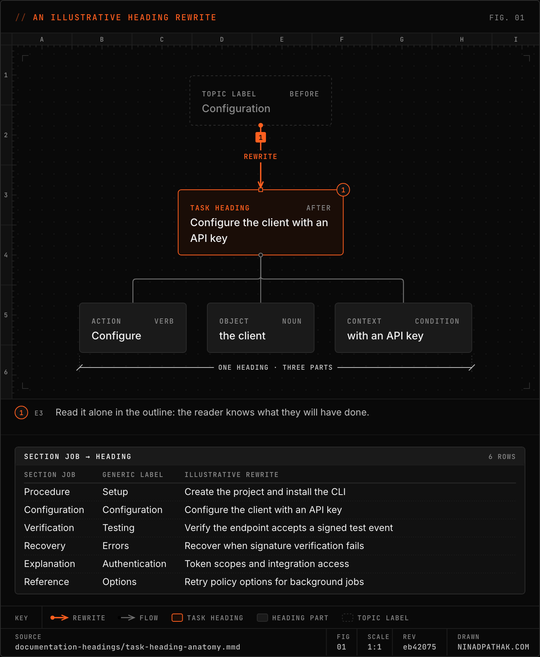
This is static/images/diagrams/documentation-headings/task-heading-anatomy.dark.png from ninadpathak/ninadpathak, a Mermaid export, as it was before one commit. Its source is kept beside it as content/diagrams/documentation-headings/task-heading-anatomy.mmd. The source it was exported from:
```mermaid
flowchart TB
  before["§Topic label | Before
Configuration"]:::muted
  after["§Task heading | After
Configure the client with an API key"]:::focal
  action["§Action | Verb
Configure"]:::outcome
  object["§Object | Noun
the client"]:::outcome
  context["§Context | Condition
with an API key"]:::outcome
  before -->|rewrite| after
  after --- action
  after --- object
  after --- context
```
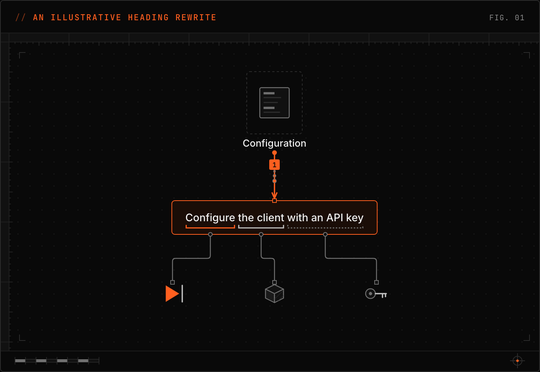
Later version of the same file.

The edit, as a diff of the source:
```diff
@@ -1,15 +1,10 @@
 flowchart TB
-  before["§Topic label | Before
-Configuration"]:::muted
-  after["§Task heading | After
-Configure the client with an API key"]:::focal
-  action["§Action | Verb
-Configure"]:::outcome
-  object["§Object | Noun
-the client"]:::outcome
-  context["§Context | Condition
-with an API key"]:::outcome
-  before -->|rewrite| after
+  before["Configuration"]:::muted
+  after["Configure the client with an API key"]:::focal
+  action[" "]:::accent
+  object[" "]
+  context[" "]
+  before --> after
   after --- action
   after --- object
   after --- context
```
